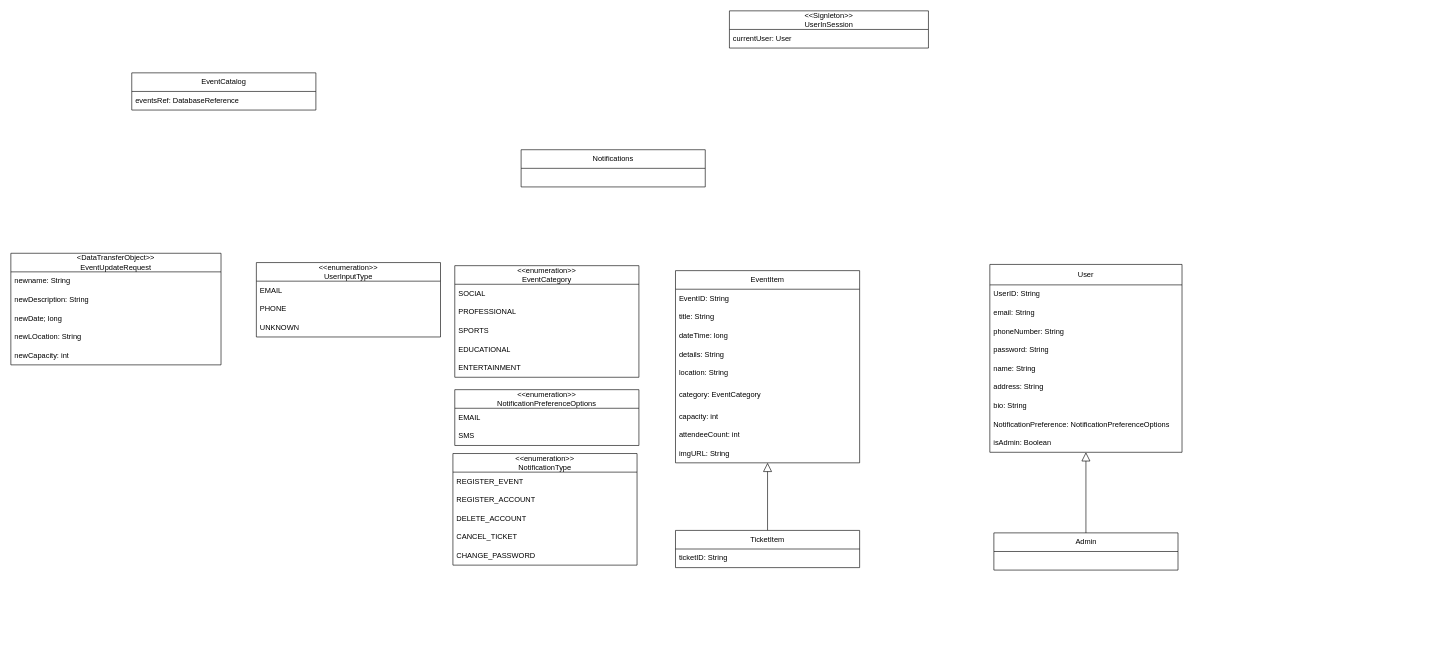
The-dream-Team-D/SOEN345-Project keeps this draw.io diagram as documentation/domain model/DomainModel.drawio. Above is the earlier version. Source tidied: cells renumbered, new cells numbered last; positions are measured from the earlier drawing's top-left corner, leaving out a move shared by most shapes. Both pictures are drawn from the tidied source at 62%, with x=0, y=0 at pixel (11, 11).
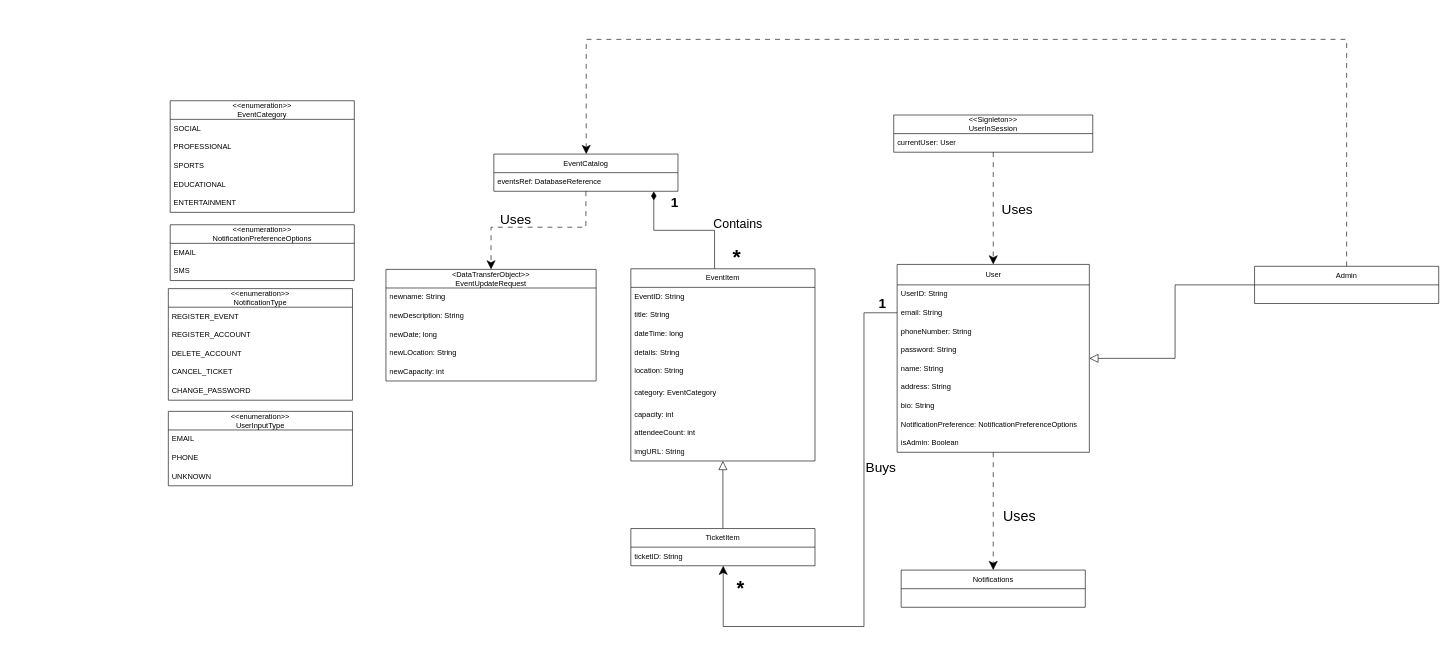
After the change.

Commit message (it also covers changes not shown here):
Domain Model and Class Diagram documenation

The change refers to these unchanged cells:
```xml
<mxCell id="4" value="email: String" style="text;strokeColor=none;fillColor=none;align=left;verticalAlign=middle;spacingLeft=4;spacingRight=4;overflow=hidden;points=[[0,0.5],[1,0.5]];portConstraint=eastwest;whiteSpace=wrap;html=1;" parent="2" vertex="1">
  <mxGeometry y="63" width="310" height="30" as="geometry" />
</mxCell>
```

What changed in the source:
```diff
@@
     <mxCell id="2" value="&lt;div&gt;&lt;div&gt;&lt;span style=&quot;background-color: transparent; color: light-dark(rgb(0, 0, 0), rgb(255, 255, 255));&quot;&gt;User&lt;/span&gt;&lt;/div&gt;&lt;/div&gt;" style="swimlane;fontStyle=0;horizontal=1;startSize=33;whiteSpace=wrap;html=1;" parent="1" vertex="1">
-      <mxGeometry x="1579" y="409" width="310" height="303" as="geometry" />
+      <mxGeometry x="1429.5" y="409" width="310" height="303" as="geometry" />
     </mxCell>
@@
+    <mxCell id="57" style="edgeStyle=orthogonalEdgeStyle;rounded=0;jettySize=auto;html=1;endArrow=diamondThin;endFill=1;endSize=12;" parent="1" edge="1" source="12" target="49">
+      <mxGeometry relative="1" as="geometry">
+        <Array as="points">
+          <mxPoint x="1135" y="354" />
+          <mxPoint x="1037" y="354" />
+        </Array>
+      </mxGeometry>
+    </mxCell>
     <mxCell id="12" value="&lt;div&gt;EventItem&lt;/div&gt;" style="swimlane;fontStyle=0;horizontal=1;startSize=30;whiteSpace=wrap;html=1;" parent="1" vertex="1">
-      <mxGeometry x="1072" y="419" width="297" height="310" as="geometry" />
+      <mxGeometry x="1000" y="416" width="297" height="310" as="geometry" />
     </mxCell>
@@
     <mxCell id="22" value="&lt;div&gt;&amp;lt;&amp;lt;enumeration&amp;gt;&amp;gt;&lt;br&gt;EventCategory&lt;/div&gt;" style="swimlane;fontStyle=0;horizontal=1;startSize=30;whiteSpace=wrap;html=1;" parent="1" vertex="1">
-      <mxGeometry x="716" y="411" width="297" height="180" as="geometry" />
+      <mxGeometry x="257" y="145" width="297" height="180" as="geometry" />
     </mxCell>
@@
     <mxCell id="28" value="&lt;div&gt;&amp;lt;&amp;lt;enumeration&amp;gt;&amp;gt;&lt;br&gt;NotificationPreferenceOptions&lt;/div&gt;" style="swimlane;fontStyle=0;horizontal=1;startSize=30;whiteSpace=wrap;html=1;" parent="1" vertex="1">
-      <mxGeometry x="716" y="611" width="297" height="90" as="geometry" />
+      <mxGeometry x="257" y="345" width="297" height="90" as="geometry" />
     </mxCell>
@@
     <mxCell id="31" value="&lt;div&gt;&amp;lt;&amp;lt;enumeration&amp;gt;&amp;gt;&lt;br&gt;NotificationType&lt;/div&gt;" style="swimlane;fontStyle=0;horizontal=1;startSize=30;whiteSpace=wrap;html=1;" parent="1" vertex="1">
-      <mxGeometry x="713" y="714" width="297" height="180" as="geometry" />
+      <mxGeometry x="254" y="448" width="297" height="180" as="geometry" />
     </mxCell>
@@
     <mxCell id="38" value="&lt;div&gt;TicketItem&lt;/div&gt;" style="swimlane;fontStyle=0;horizontal=1;startSize=30;whiteSpace=wrap;html=1;" parent="1" vertex="1">
-      <mxGeometry x="1072" y="838" width="297" height="60" as="geometry" />
+      <mxGeometry x="1000" y="835" width="297" height="60" as="geometry" />
     </mxCell>
@@
     <mxCell id="40" value="&lt;div&gt;Admin&lt;/div&gt;" style="swimlane;fontStyle=0;horizontal=1;startSize=30;whiteSpace=wrap;html=1;" parent="1" vertex="1">
-      <mxGeometry x="1585.5" y="842" width="297" height="60" as="geometry" />
+      <mxGeometry x="2006" y="412" width="297" height="60" as="geometry" />
     </mxCell>
@@
     <mxCell id="42" value="&lt;div&gt;&amp;lt;&amp;lt;Signleton&amp;gt;&amp;gt;&lt;br&gt;UserInSession&lt;/div&gt;" style="swimlane;fontStyle=0;horizontal=1;startSize=30;whiteSpace=wrap;html=1;" parent="1" vertex="1">
-      <mxGeometry x="1159" width="321" height="60" as="geometry" />
+      <mxGeometry x="1424" y="168" width="321" height="60" as="geometry" />
     </mxCell>
@@
     <mxCell id="44" value="&lt;div&gt;Notifications&lt;/div&gt;" style="swimlane;fontStyle=0;horizontal=1;startSize=30;whiteSpace=wrap;html=1;" parent="1" vertex="1">
-      <mxGeometry x="823" y="224" width="297" height="60" as="geometry" />
+      <mxGeometry x="1436" y="902" width="297" height="60" as="geometry" />
     </mxCell>
     <mxCell id="45" value="&lt;div&gt;&amp;lt;&amp;lt;enumeration&amp;gt;&amp;gt;&lt;br&gt;UserInputType&lt;/div&gt;" style="swimlane;fontStyle=0;horizontal=1;startSize=30;whiteSpace=wrap;html=1;" parent="1" vertex="1">
-      <mxGeometry x="396" y="406" width="297" height="120" as="geometry" />
+      <mxGeometry x="254" y="646" width="297" height="120" as="geometry" />
     </mxCell>
@@
+    <mxCell id="58" style="edgeStyle=orthogonalEdgeStyle;rounded=0;jettySize=auto;html=1;dashed=1;dashPattern=8 8;endSize=12;" parent="1" edge="1" source="49" target="51">
+      <mxGeometry relative="1" as="geometry" />
+    </mxCell>
     <mxCell id="49" value="&lt;div&gt;EventCatalog&lt;/div&gt;" style="swimlane;fontStyle=0;horizontal=1;startSize=30;whiteSpace=wrap;html=1;" parent="1" vertex="1">
-      <mxGeometry x="195" y="100" width="297" height="60" as="geometry" />
+      <mxGeometry x="779" y="231" width="297" height="60" as="geometry" />
     </mxCell>
@@
     <mxCell id="51" value="&lt;div&gt;&amp;lt;DataTransferObject&amp;gt;&amp;gt;&lt;/div&gt;&lt;div&gt;EventUpdateRequest&lt;/div&gt;" style="swimlane;fontStyle=0;horizontal=1;startSize=30;whiteSpace=wrap;html=1;" parent="1" vertex="1">
-      <mxGeometry y="391" width="339" height="180" as="geometry" />
+      <mxGeometry x="605" y="417" width="339" height="180" as="geometry" />
     </mxCell>
@@
+    <mxCell id="59" value="Uses" style="text;html=1;whiteSpace=wrap;strokeColor=none;fillColor=none;align=center;verticalAlign=middle;rounded=0;fontSize=22;" parent="1" vertex="1">
+      <mxGeometry x="762" y="322" width="105" height="30" as="geometry" />
+    </mxCell>
+    <mxCell id="60" value="Contains" style="text;html=1;whiteSpace=wrap;strokeColor=none;fillColor=none;align=center;verticalAlign=middle;rounded=0;fontSize=20;fontStyle=0;" parent="1" vertex="1">
+      <mxGeometry x="1143" y="328" width="60" height="30" as="geometry" />
+    </mxCell>
+    <mxCell id="61" value="*" style="text;html=1;whiteSpace=wrap;strokeColor=none;fillColor=none;align=center;verticalAlign=middle;rounded=0;fontSize=34;fontStyle=1;" parent="1" vertex="1">
+      <mxGeometry x="1141" y="382" width="60" height="30" as="geometry" />
+    </mxCell>
+    <mxCell id="62" value="1" style="text;html=1;whiteSpace=wrap;strokeColor=none;fillColor=none;align=center;verticalAlign=middle;rounded=0;fontSize=22;fontStyle=1;" parent="1" vertex="1">
+      <mxGeometry x="1041" y="295" width="60" height="30" as="geometry" />
+    </mxCell>
+    <mxCell id="63" style="edgeStyle=orthogonalEdgeStyle;rounded=0;jettySize=auto;html=1;dashed=1;dashPattern=8 8;endSize=12;" parent="1" edge="1" source="2" target="44">
+      <mxGeometry relative="1" as="geometry" />
+    </mxCell>
+    <mxCell id="64" value="Uses" style="text;html=1;whiteSpace=wrap;strokeColor=none;fillColor=none;align=center;verticalAlign=middle;rounded=0;fontSize=23;" parent="1" vertex="1">
+      <mxGeometry x="1597" y="801" width="60" height="30" as="geometry" />
+    </mxCell>
+    <mxCell id="65" style="edgeStyle=orthogonalEdgeStyle;rounded=0;jettySize=auto;html=1;dashed=1;dashPattern=8 8;endSize=12;" parent="1" edge="1" source="42" target="2">
+      <mxGeometry relative="1" as="geometry" />
+    </mxCell>
+    <mxCell id="66" value="Uses" style="text;html=1;whiteSpace=wrap;strokeColor=none;fillColor=none;align=center;verticalAlign=middle;rounded=0;fontSize=22;" parent="1" vertex="1">
+      <mxGeometry x="1570.5" y="306" width="105" height="30" as="geometry" />
+    </mxCell>
+    <mxCell id="67" style="edgeStyle=orthogonalEdgeStyle;rounded=0;jettySize=auto;html=1;endSize=12;" parent="1" edge="1" source="4" target="38">
+      <mxGeometry relative="1" as="geometry">
+        <Array as="points">
+          <mxPoint x="1376" y="487" />
+          <mxPoint x="1376" y="993" />
+          <mxPoint x="1149" y="993" />
+        </Array>
+      </mxGeometry>
+    </mxCell>
+    <mxCell id="68" value="Buys" style="text;html=1;whiteSpace=wrap;strokeColor=none;fillColor=none;align=center;verticalAlign=middle;rounded=0;fontSize=22;" parent="1" vertex="1">
+      <mxGeometry x="1351" y="723" width="105" height="30" as="geometry" />
+    </mxCell>
+    <mxCell id="69" value="1" style="text;html=1;whiteSpace=wrap;strokeColor=none;fillColor=none;align=center;verticalAlign=middle;rounded=0;fontSize=22;fontStyle=1;" parent="1" vertex="1">
+      <mxGeometry x="1376" y="458" width="60" height="30" as="geometry" />
+    </mxCell>
+    <mxCell id="70" value="*" style="text;html=1;whiteSpace=wrap;strokeColor=none;fillColor=none;align=center;verticalAlign=middle;rounded=0;fontSize=32;fontStyle=1;strokeWidth=1;" parent="1" vertex="1">
+      <mxGeometry x="1147" y="917" width="60" height="30" as="geometry" />
+    </mxCell>
+    <mxCell id="71" style="edgeStyle=orthogonalEdgeStyle;rounded=0;jettySize=auto;html=1;dashed=1;dashPattern=8 8;endSize=12;" parent="1" edge="1" source="40" target="49">
+      <mxGeometry relative="1" as="geometry">
+        <Array as="points">
+          <mxPoint x="2155" y="46" />
+          <mxPoint x="928" y="46" />
+        </Array>
+      </mxGeometry>
+    </mxCell>
```
